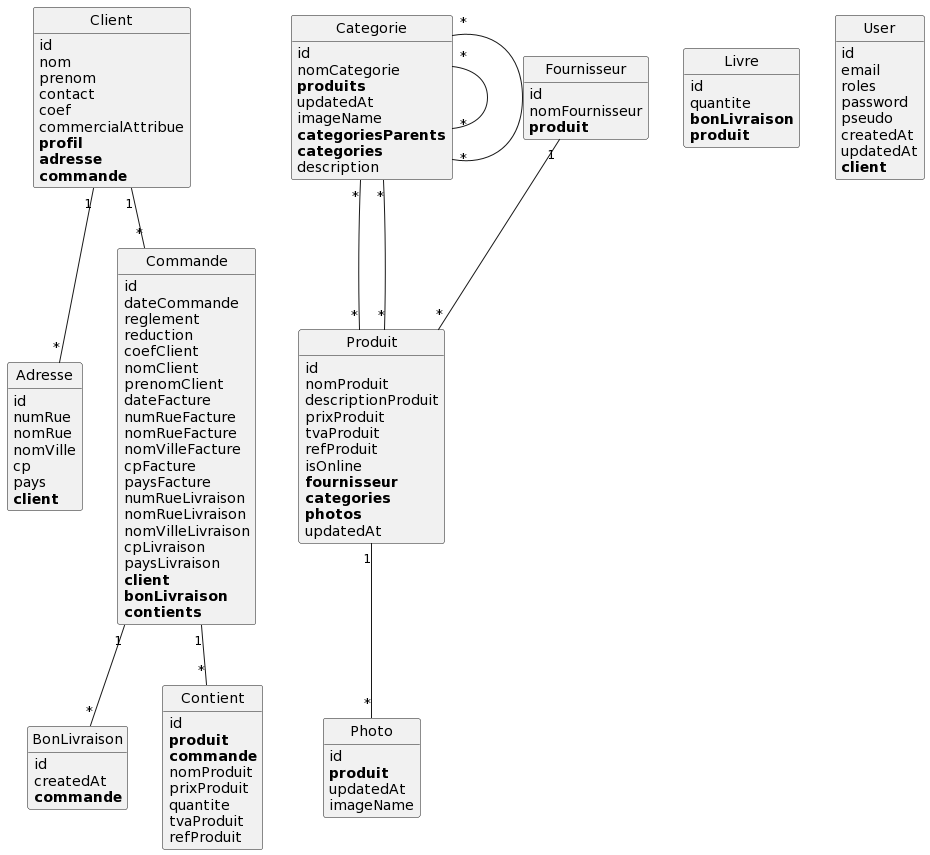
RayGriffon/Echoppe-fil-rouge- keeps this PlantUML diagram as Echoppe/puml/index.png. Above is the earlier version.
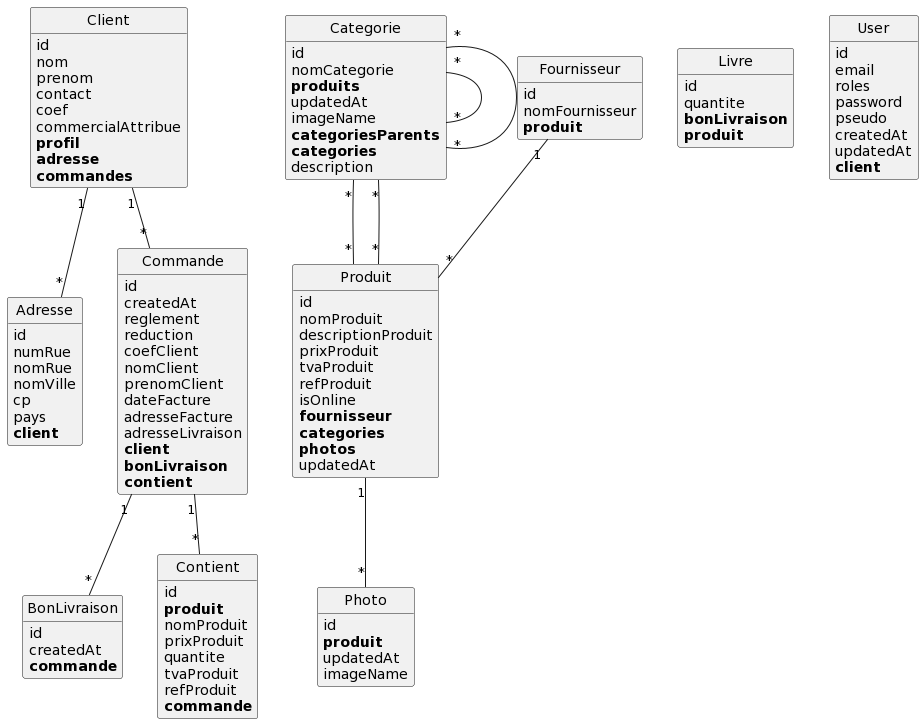
After the change.

What changed in the source:
```diff
@@ -35,42 +35,34 @@
 	commercialAttribue
 	**profil**
 	**adresse**
-	**commande**
+	**commandes**
 }
 
 class Commande {
 	id
-	dateCommande
+	createdAt
 	reglement
 	reduction
 	coefClient
 	nomClient
 	prenomClient
 	dateFacture
-	numRueFacture
-	nomRueFacture
-	nomVilleFacture
-	cpFacture
-	paysFacture
-	numRueLivraison
-	nomRueLivraison
-	nomVilleLivraison
-	cpLivraison
-	paysLivraison
+	adresseFacture
+	adresseLivraison
 	**client**
 	**bonLivraison**
-	**contients**
+	**contient**
 }
 
 class Contient {
 	id
 	**produit**
-	**commande**
 	nomProduit
 	prixProduit
 	quantite
 	tvaProduit
 	refProduit
+	**commande**
 }
 
 class Fournisseur {
```
